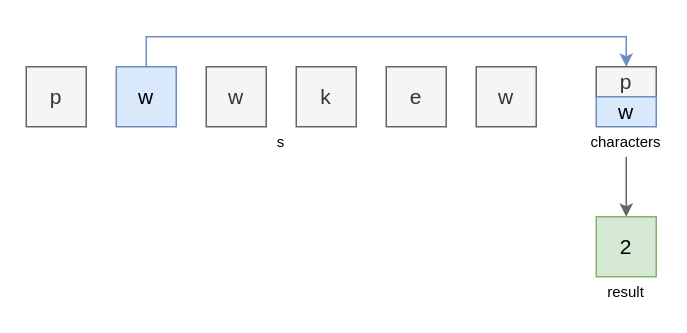
This is page "1" (1 of 4) of problems/problem3.drawio from hanggrian/grind-leetcode, a draw.io file, before an edit. Source tidied: cells renumbered, new cells numbered last; positions are measured from the earlier drawing's top-left corner, leaving out a move shared by most shapes. Both pictures are drawn from the tidied source at 150%, with x=0, y=0 at pixel (26, 66).
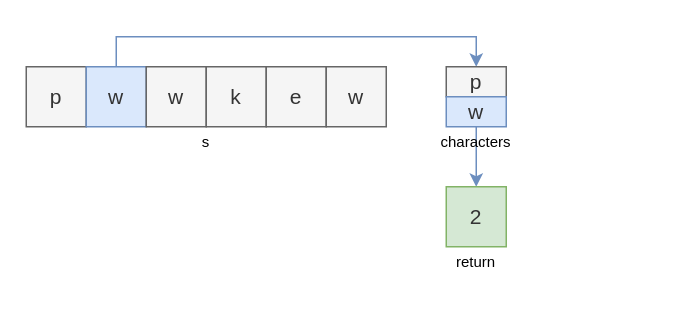
The same page after the edit.

Diff of the diagram source:
```diff
@@
 <mxGraphModel>
   <root>
     <mxCell id="0" />
     <mxCell id="1" parent="0" />
     <mxCell id="2" value="p" style="text;html=1;align=center;verticalAlign=middle;whiteSpace=wrap;rounded=0;fillColor=#f5f5f5;strokeColor=#666666;fontSize=14;fontColor=#333333;" parent="1" vertex="1">
       <mxGeometry width="40" height="40" as="geometry" />
     </mxCell>
     <mxCell id="3" style="edgeStyle=orthogonalEdgeStyle;rounded=0;jettySize=auto;html=1;exitX=0.5;exitY=0;exitDx=0;exitDy=0;entryX=0.5;entryY=0;entryDx=0;entryDy=0;fillColor=#dae8fc;strokeColor=#6c8ebf;" parent="1" edge="1" source="4" target="9">
       <mxGeometry relative="1" as="geometry" />
     </mxCell>
-    <mxCell id="4" value="w" style="text;html=1;align=center;verticalAlign=middle;whiteSpace=wrap;rounded=0;fillColor=#dae8fc;strokeColor=#6c8ebf;fontSize=14;" parent="1" vertex="1">
-      <mxGeometry x="60" width="40" height="40" as="geometry" />
+    <mxCell id="4" value="w" style="text;html=1;align=center;verticalAlign=middle;whiteSpace=wrap;rounded=0;fillColor=#dae8fc;strokeColor=#6c8ebf;fontSize=14;fontColor=#333333;" parent="1" vertex="1">
+      <mxGeometry x="40" width="40" height="40" as="geometry" />
     </mxCell>
     <mxCell id="5" value="w" style="text;html=1;align=center;verticalAlign=middle;whiteSpace=wrap;rounded=0;fillColor=#f5f5f5;strokeColor=#666666;fontSize=14;fontColor=#333333;" parent="1" vertex="1">
-      <mxGeometry x="120" width="40" height="40" as="geometry" />
+      <mxGeometry x="80" width="40" height="40" as="geometry" />
     </mxCell>
     <mxCell id="6" value="k" style="text;html=1;align=center;verticalAlign=middle;whiteSpace=wrap;rounded=0;fillColor=#f5f5f5;strokeColor=#666666;fontSize=14;fontColor=#333333;" parent="1" vertex="1">
-      <mxGeometry x="180" width="40" height="40" as="geometry" />
+      <mxGeometry x="120" width="40" height="40" as="geometry" />
     </mxCell>
     <mxCell id="7" value="e" style="text;html=1;align=center;verticalAlign=middle;whiteSpace=wrap;rounded=0;fillColor=#f5f5f5;strokeColor=#666666;fontSize=14;fontColor=#333333;" parent="1" vertex="1">
-      <mxGeometry x="240" width="40" height="40" as="geometry" />
+      <mxGeometry x="160" width="40" height="40" as="geometry" />
     </mxCell>
     <mxCell id="8" value="w" style="text;html=1;align=center;verticalAlign=middle;whiteSpace=wrap;rounded=0;fillColor=#f5f5f5;strokeColor=#666666;fontSize=14;fontColor=#333333;" parent="1" vertex="1">
-      <mxGeometry x="300" width="40" height="40" as="geometry" />
+      <mxGeometry x="200" width="40" height="40" as="geometry" />
     </mxCell>
     <mxCell id="9" value="p" style="text;html=1;align=center;verticalAlign=middle;whiteSpace=wrap;rounded=0;fillColor=#f5f5f5;strokeColor=#666666;fontSize=14;fontColor=#333333;fontStyle=0;" parent="1" vertex="1">
-      <mxGeometry x="380" width="40" height="20" as="geometry" />
+      <mxGeometry x="280" width="40" height="20" as="geometry" />
     </mxCell>
     <mxCell id="10" value="s" style="text;html=1;align=center;verticalAlign=middle;whiteSpace=wrap;rounded=0;fontSize=10;" parent="1" vertex="1">
-      <mxGeometry y="40" width="340" height="20" as="geometry" />
+      <mxGeometry y="40" width="240" height="20" as="geometry" />
     </mxCell>
-    <mxCell id="11" style="edgeStyle=orthogonalEdgeStyle;rounded=0;jettySize=auto;html=1;exitX=0.5;exitY=1;exitDx=0;exitDy=0;entryX=0.5;entryY=0;entryDx=0;entryDy=0;fillColor=#f5f5f5;strokeColor=#666666;" parent="1" edge="1" source="12" target="14">
-      <mxGeometry relative="1" as="geometry" />
+    <mxCell id="11" style="edgeStyle=orthogonalEdgeStyle;rounded=0;jettySize=auto;html=1;exitX=0.5;exitY=0;exitDx=0;exitDy=0;entryX=0.5;entryY=0;entryDx=0;entryDy=0;fillColor=#dae8fc;strokeColor=#6c8ebf;" parent="1" edge="1" source="12" target="14">
+      <mxGeometry relative="1" as="geometry">
+        <Array as="points">
+          <mxPoint x="300" y="70" />
+          <mxPoint x="300" y="70" />
+        </Array>
+      </mxGeometry>
     </mxCell>
     <mxCell id="12" value="characters" style="text;html=1;align=center;verticalAlign=middle;whiteSpace=wrap;rounded=0;fontSize=10;" parent="1" vertex="1">
-      <mxGeometry x="380" y="40" width="40" height="20" as="geometry" />
+      <mxGeometry x="280" y="40" width="40" height="20" as="geometry" />
     </mxCell>
-    <mxCell id="13" value="w" style="text;html=1;align=center;verticalAlign=middle;whiteSpace=wrap;rounded=0;fillColor=#dae8fc;strokeColor=#6c8ebf;fontSize=14;fontStyle=0;" parent="1" vertex="1">
-      <mxGeometry x="380" y="20" width="40" height="20" as="geometry" />
+    <mxCell id="13" value="w" style="text;html=1;align=center;verticalAlign=middle;whiteSpace=wrap;rounded=0;fillColor=#dae8fc;strokeColor=#6c8ebf;fontSize=14;fontStyle=0;fontColor=#333333;" parent="1" vertex="1">
+      <mxGeometry x="280" y="20" width="40" height="20" as="geometry" />
     </mxCell>
-    <mxCell id="14" value="2" style="text;html=1;align=center;verticalAlign=middle;whiteSpace=wrap;rounded=0;fillColor=#d5e8d4;strokeColor=#82b366;fontSize=14;fontStyle=0;" parent="1" vertex="1">
-      <mxGeometry x="380" y="100" width="40" height="40" as="geometry" />
+    <mxCell id="14" value="2" style="text;html=1;align=center;verticalAlign=middle;whiteSpace=wrap;rounded=0;fillColor=#d5e8d4;strokeColor=#82b366;fontSize=14;fontStyle=0;fontColor=#333333;" parent="1" vertex="1">
+      <mxGeometry x="280" y="80" width="40" height="40" as="geometry" />
     </mxCell>
-    <mxCell id="15" value="result" style="text;html=1;align=center;verticalAlign=middle;whiteSpace=wrap;rounded=0;fontSize=10;" parent="1" vertex="1">
-      <mxGeometry x="380" y="140" width="40" height="20" as="geometry" />
+    <mxCell id="15" value="return" style="text;html=1;align=center;verticalAlign=middle;whiteSpace=wrap;rounded=0;fontSize=10;" parent="1" vertex="1">
+      <mxGeometry x="280" y="120" width="40" height="20" as="geometry" />
     </mxCell>
   </root>
 </mxGraphModel>
```
